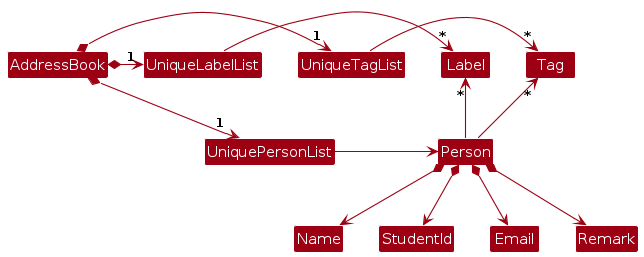
Above: diagrams/BetterModelClassDiagram.png in AY2627S1-CS2103T-F12-1/tp (PlantUML), before the change. Its source is kept beside it as diagrams/BetterModelClassDiagram.puml.
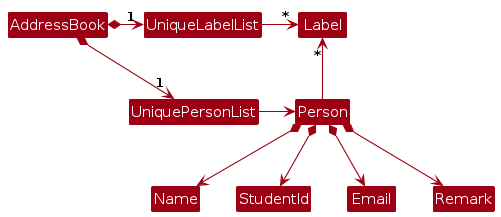
Later version of the same file.

Change to the diagram source:
```diff
@@ -5,16 +5,12 @@
 skinparam classBackgroundColor MODEL_COLOR
 
 AddressBook *-right-> "1" UniquePersonList
-AddressBook *-right-> "1" UniqueTagList
 AddressBook *-right-> "1" UniqueLabelList
-UniqueTagList -[hidden]down- UniquePersonList
 UniqueLabelList -[hidden]down- UniquePersonList
 
-UniqueTagList -right-> "*" Tag
 UniqueLabelList -right-> "*" Label
 UniquePersonList -right-> Person
 
-Person -up-> "*" Tag
 Person -up-> "*" Label
 
 Person *--> Name
```
